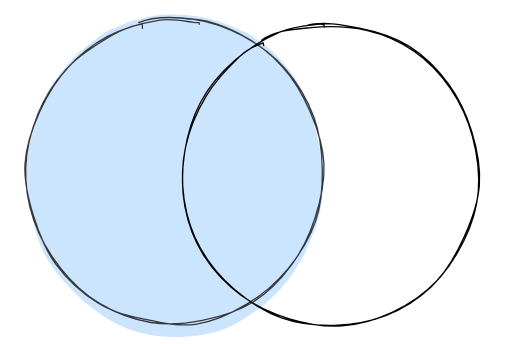
Above: content/files/sql_left_outer_join.svg in TheRealMattDunn/mattdunn.info (draw.io), before the change. Source tidied: cells renumbered, new cells last; positions are measured from the earlier drawing's top-left corner, leaving out a move shared by most shapes.
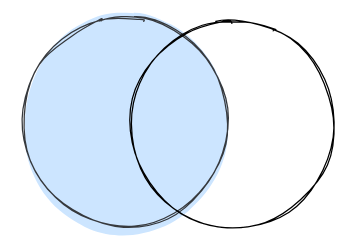
Above is the later version.

Change to the diagram source:
```diff
@@ -2,17 +2,20 @@
   <root>
     <mxCell id="0" />
     <mxCell id="1" parent="0" />
+    <mxCell id="6" style="group;" parent="1" vertex="1">
+      <mxGeometry width="255" height="173.5" as="geometry" />
+    </mxCell>
-    <mxCell id="2" style="ellipse;whiteSpace=wrap;html=1;strokeColor=none;sketch=1;fillStyle=solid;" parent="1" vertex="1">
-      <mxGeometry x="120" y="5" width="240" height="240" as="geometry" />
+    <mxCell id="2" style="ellipse;whiteSpace=wrap;html=1;strokeColor=none;sketch=1;fillStyle=solid;" parent="6" vertex="1">
+      <mxGeometry x="85" y="3.5" width="170" height="170" as="geometry" />
     </mxCell>
-    <mxCell id="3" style="ellipse;whiteSpace=wrap;html=1;fillColor=#cce5ff;sketch=1;fillStyle=solid;strokeColor=none;" parent="1" vertex="1">
-      <mxGeometry y="5" width="240" height="240" as="geometry" />
+    <mxCell id="3" style="ellipse;whiteSpace=wrap;html=1;fillColor=#cce5ff;sketch=1;fillStyle=solid;strokeColor=none;" parent="6" vertex="1">
+      <mxGeometry y="3.5" width="170" height="170" as="geometry" />
     </mxCell>
-    <mxCell id="4" style="ellipse;whiteSpace=wrap;html=1;strokeColor=#36393d;sketch=1;fillStyle=solid;fillColor=none;" parent="1" vertex="1">
-      <mxGeometry width="240" height="245" as="geometry" />
+    <mxCell id="4" style="ellipse;whiteSpace=wrap;html=1;strokeColor=#36393d;sketch=1;fillStyle=solid;fillColor=none;" parent="6" vertex="1">
+      <mxGeometry width="170" height="173.5" as="geometry" />
     </mxCell>
-    <mxCell id="5" style="ellipse;whiteSpace=wrap;html=1;fillColor=none;" parent="1" vertex="1">
-      <mxGeometry x="120" y="5" width="240" height="240" as="geometry" />
+    <mxCell id="5" style="ellipse;whiteSpace=wrap;html=1;fillColor=none;" parent="6" vertex="1">
+      <mxGeometry x="85" y="3.5" width="170" height="170" as="geometry" />
     </mxCell>
   </root>
 </mxGraphModel>
```
